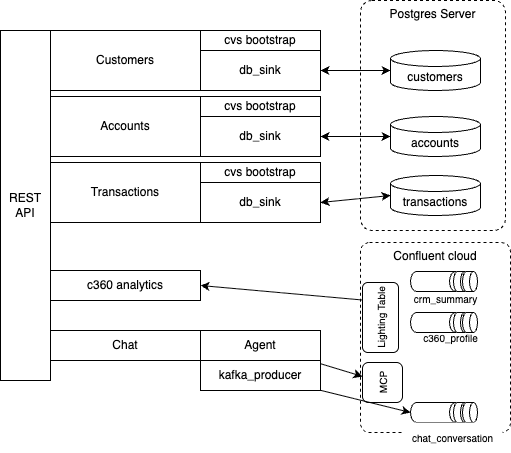
jbcodeforce/streamhouse_c360_demo keeps this draw.io diagram as docs/diagrams/app/backend.drawio.png. Above is the earlier version. Source tidied: cells renumbered, new cells last; positions are measured from the earlier drawing's top-left corner, leaving out a move shared by most shapes.
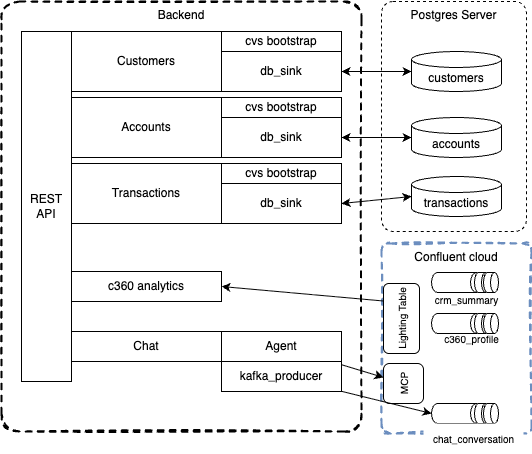
Later version of the same file.

What changed in the source:
```diff
@@ -2,7 +2,7 @@
   <root>
     <mxCell id="0" />
     <mxCell id="1" parent="0" />
-    <mxCell id="2" value="Confluent cloud" style="rounded=1;whiteSpace=wrap;html=1;dashed=1;verticalAlign=top;arcSize=6;" parent="1" vertex="1">
+    <mxCell id="2" value="Confluent cloud" style="rounded=1;whiteSpace=wrap;html=1;dashed=1;verticalAlign=top;arcSize=6;fillColor=none;strokeColor=#6c8ebf;sketch=1;curveFitting=1;jiggle=2;strokeWidth=2;" parent="1" vertex="1">
       <mxGeometry x="360" y="242" width="150" height="190" as="geometry" />
     </mxCell>
     <mxCell id="3" value="REST API" style="rounded=0;whiteSpace=wrap;html=1;" parent="1" vertex="1">
@@ -128,5 +128,8 @@
     <mxCell id="43" value="chat_conversation" style="text;html=1;align=center;verticalAlign=middle;strokeColor=none;fillColor=default;fontSize=10;" parent="1" vertex="1">
       <mxGeometry x="402" y="422" width="100" height="30" as="geometry" />
     </mxCell>
+    <mxCell id="44" value="Backend" style="rounded=1;whiteSpace=wrap;html=1;sketch=1;strokeWidth=2;fillColor=none;dashed=1;arcSize=5;verticalAlign=top;" parent="1" vertex="1">
+      <mxGeometry x="-20" width="360" height="430" as="geometry" />
+    </mxCell>
   </root>
 </mxGraphModel>
```
